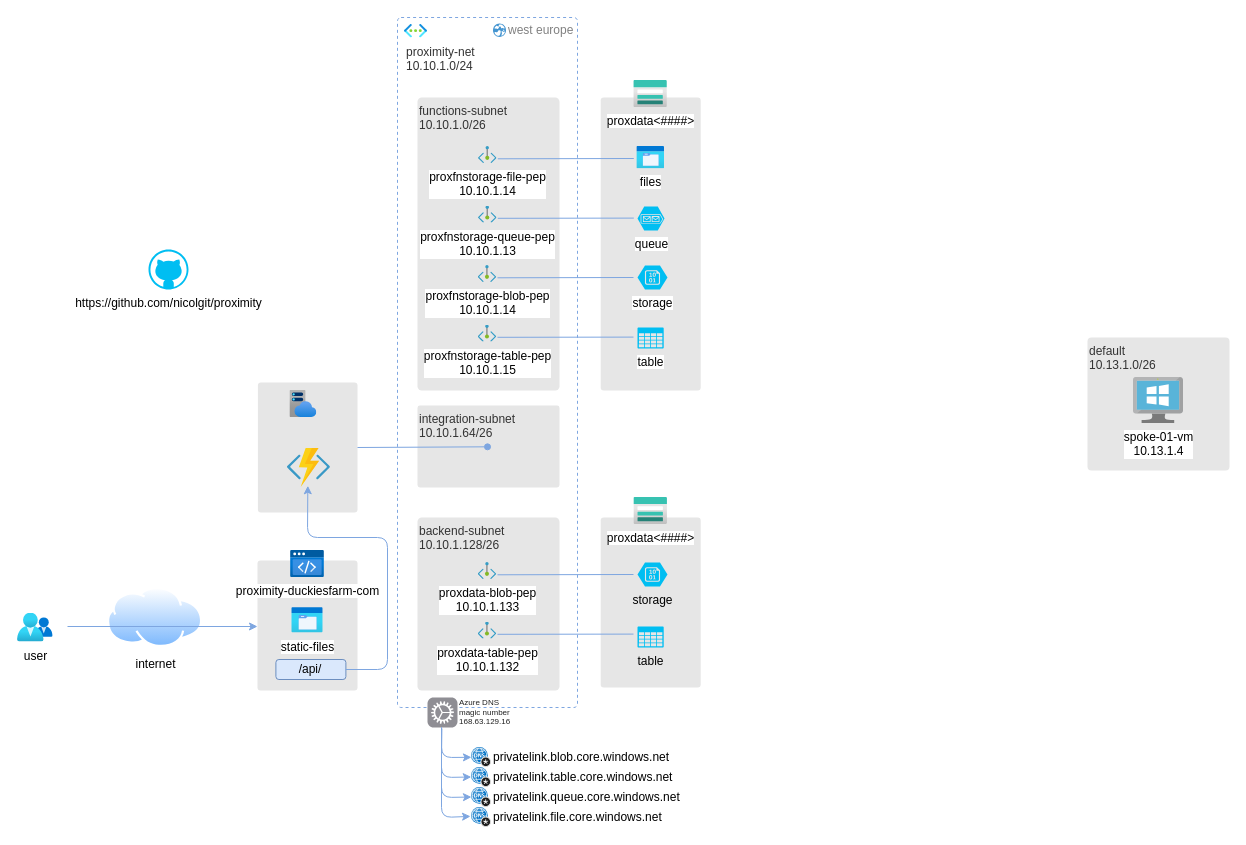
Earlier version of the draw.io diagram deployment/architecture.drawio (nicolgit/proximity). Source tidied: cells renumbered, new cells numbered last; positions are measured from the earlier drawing's top-left corner, leaving out a move shared by most shapes. Both pictures are drawn from the tidied source at 100%, with x=0, y=0 at pixel (17, 17).
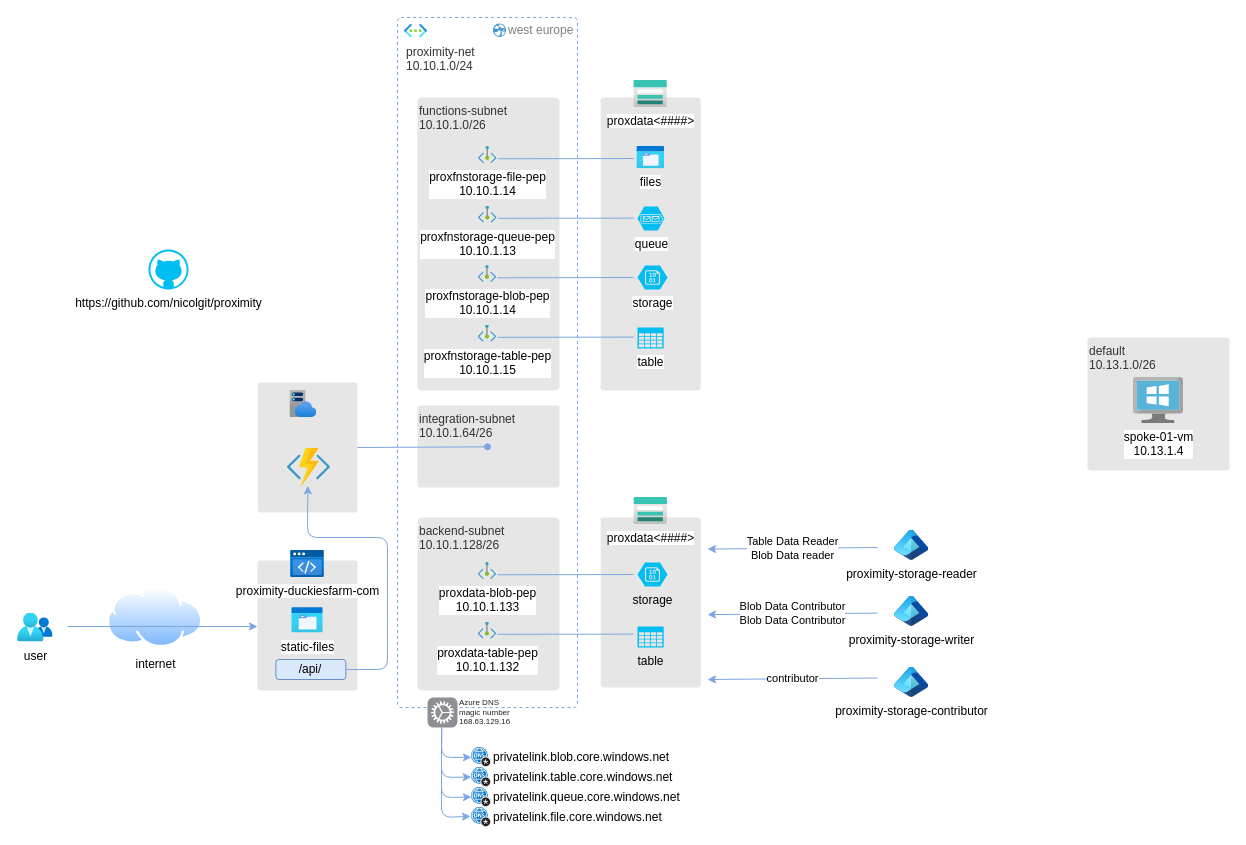
Above is the later version.

What changed in the source:
```diff
@@
+    <mxCell id="55" value="proximity-storage-reader" style="image;html=1;align=center;fontSize=12;image=img/lib/azure2/other/Entra_Identity.svg;" parent="1" vertex="1">
+      <mxGeometry x="877" y="512.6" width="34.2" height="30.4" as="geometry" />
+    </mxCell>
+    <mxCell id="56" value="proximity-storage-writer" style="image;html=1;align=center;fontSize=12;image=img/lib/azure2/other/Entra_Identity.svg;" parent="1" vertex="1">
+      <mxGeometry x="877" y="578.6" width="34.2" height="30.4" as="geometry" />
+    </mxCell>
+    <mxCell id="57" value="proximity-storage-contributor&lt;div&gt;&lt;br&gt;&lt;/div&gt;" style="image;html=1;align=center;fontSize=12;image=img/lib/azure2/other/Entra_Identity.svg;" parent="1" vertex="1">
+      <mxGeometry x="877" y="649.6" width="34.2" height="30.4" as="geometry" />
+    </mxCell>
+    <mxCell id="58" value="Table Data Reader&lt;div&gt;Blob Data reader&lt;/div&gt;" style="endArrow=none;html=1;rounded=1;curved=0;strokeColor=#7EA6E0;exitX=0.493;exitY=0.451;exitDx=0;exitDy=0;endFill=0;exitPerimeter=0;startArrow=classic;startFill=1;" parent="1" edge="1">
+      <mxGeometry relative="1" as="geometry">
+        <mxPoint x="690" y="531.6" as="sourcePoint" />
+        <mxPoint x="860" y="530" as="targetPoint" />
+      </mxGeometry>
+    </mxCell>
+    <mxCell id="59" value="Blob Data Contributor&lt;div&gt;Blob Data Contributor&lt;/div&gt;" style="endArrow=none;html=1;rounded=1;curved=0;strokeColor=#7EA6E0;exitX=0.493;exitY=0.451;exitDx=0;exitDy=0;endFill=0;exitPerimeter=0;startArrow=classic;startFill=1;" parent="1" edge="1">
+      <mxGeometry relative="1" as="geometry">
+        <mxPoint x="690" y="597.1" as="sourcePoint" />
+        <mxPoint x="860" y="595.6" as="targetPoint" />
+      </mxGeometry>
+    </mxCell>
+    <mxCell id="60" value="contributor" style="endArrow=none;html=1;rounded=1;curved=0;strokeColor=#7EA6E0;exitX=0.493;exitY=0.451;exitDx=0;exitDy=0;endFill=0;exitPerimeter=0;startArrow=classic;startFill=1;" parent="1" edge="1">
+      <mxGeometry relative="1" as="geometry">
+        <mxPoint x="690" y="662" as="sourcePoint" />
+        <mxPoint x="860" y="660.5" as="targetPoint" />
+      </mxGeometry>
+    </mxCell>
```
